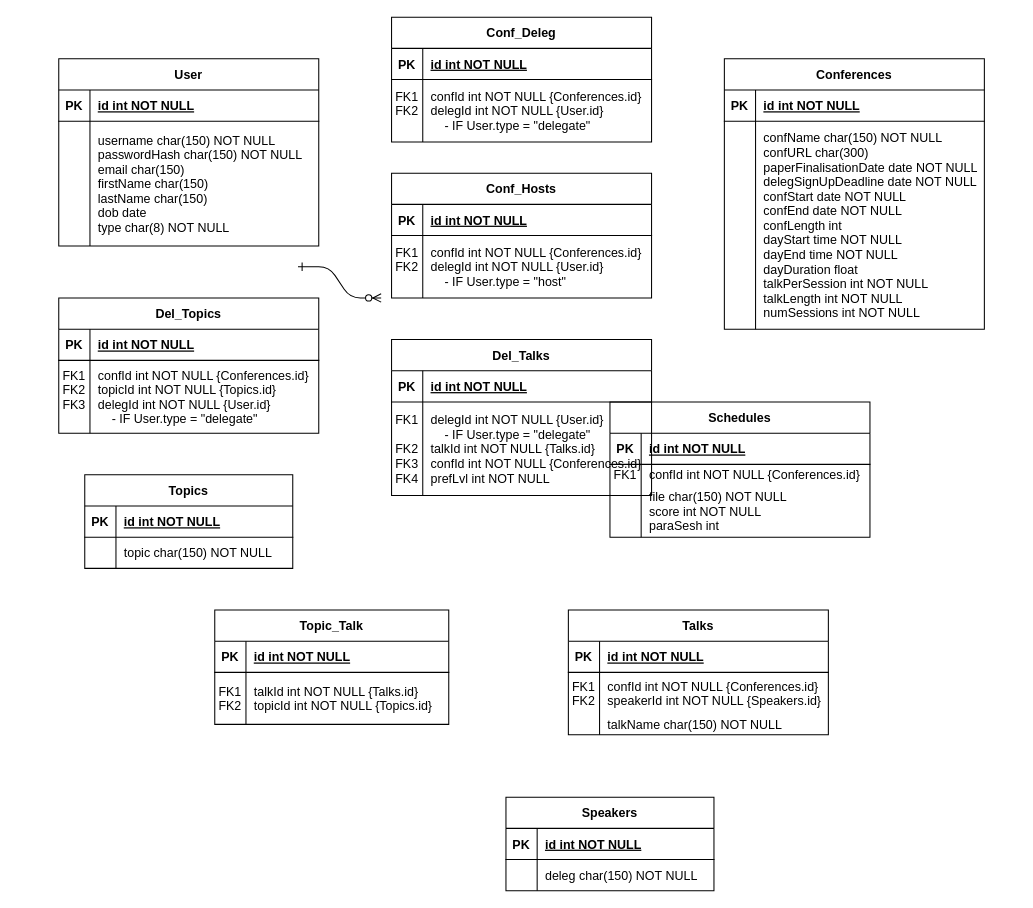
Earlier version of the draw.io diagram ExampleConfGraphs/Untitled Diagram.drawio (JezRoy/ConferenceWebApp). Source tidied: cells renumbered, new cells numbered last; positions are measured from the earlier drawing's top-left corner, leaving out a move shared by most shapes. Both pictures are drawn from the tidied source at 104%, with x=0, y=0 at pixel (58, 17).
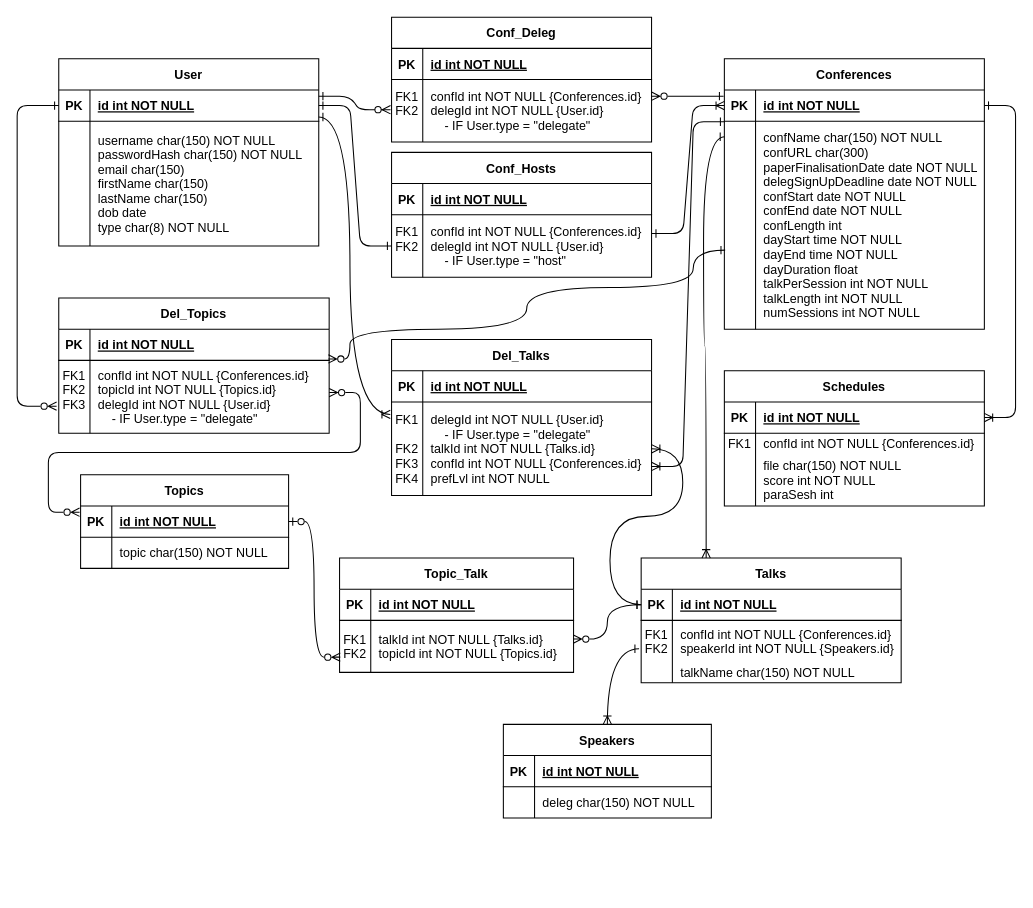
After the change.

The change refers to these unchanged cells:
```xml
<mxCell id="3" style="shape=partialRectangle;fillColor=none;points=[[0,0.5],[1,0.5]];portConstraint=eastwest;top=0;left=0;right=0;bottom=1;" parent="2" vertex="1">
  <mxGeometry y="30" width="250" height="30" as="geometry" />
</mxCell>
<mxCell id="13" style="shape=partialRectangle;fillColor=none;points=[[0,0.5],[1,0.5]];portConstraint=eastwest;top=0;left=0;right=0;bottom=1;" parent="12" vertex="1">
  <mxGeometry y="30" width="250" height="30" as="geometry" />
</mxCell>
<mxCell id="20" style="shape=partialRectangle;fillColor=none;points=[[0,0.5],[1,0.5]];portConstraint=eastwest;top=0;left=0;right=0;bottom=1;" parent="19" vertex="1">
  <mxGeometry y="30" width="250" height="30" as="geometry" />
</mxCell>
<mxCell id="23" style="shape=partialRectangle;fillColor=none;points=[[0,0.5],[1,0.5]];portConstraint=eastwest;top=0;left=0;right=0;bottom=0;" parent="19" vertex="1">
  <mxGeometry y="60" width="250" height="200" as="geometry" />
</mxCell>
<mxCell id="34" style="shape=partialRectangle;fillColor=none;points=[[0,0.5],[1,0.5]];portConstraint=eastwest;top=0;left=0;right=0;bottom=1;" parent="33" vertex="1">
  <mxGeometry y="30" width="200" height="30" as="geometry" />
</mxCell>
<mxCell id="41" style="shape=partialRectangle;fillColor=none;points=[[0,0.5],[1,0.5]];portConstraint=eastwest;top=0;left=0;right=0;bottom=1;" parent="40" vertex="1">
  <mxGeometry y="30" width="250" height="30" as="geometry" />
</mxCell>
<mxCell id="44" style="shape=partialRectangle;fillColor=none;points=[[0,0.5],[1,0.5]];portConstraint=eastwest;top=0;left=0;right=0;bottom=0;" parent="40" vertex="1">
  <mxGeometry y="60" width="250" height="40" as="geometry" />
</mxCell>
<mxCell id="61" style="shape=partialRectangle;fillColor=none;points=[[0,0.5],[1,0.5]];portConstraint=eastwest;top=0;left=0;right=0;bottom=0;" parent="57" vertex="1">
  <mxGeometry y="60" width="250" height="60" as="geometry" />
</mxCell>
<mxCell id="75" style="shape=partialRectangle;fillColor=none;points=[[0,0.5],[1,0.5]];portConstraint=eastwest;top=0;left=0;right=0;bottom=0;" parent="71" vertex="1">
  <mxGeometry y="60" width="250" height="90" as="geometry" />
</mxCell>
<mxCell id="82" style="shape=partialRectangle;fillColor=none;points=[[0,0.5],[1,0.5]];portConstraint=eastwest;top=0;left=0;right=0;bottom=0;" parent="78" vertex="1">
  <mxGeometry y="60" width="225" height="50" as="geometry" />
</mxCell>
```

Diff of the diagram source:
```diff
@@
     <mxCell id="2" value="Schedules" style="shape=table;startSize=30;childLayout=tableLayout;rowLines=0;fontStyle=1;align=center;" parent="1" vertex="1">
-      <mxGeometry x="530" y="370" width="250" height="130" as="geometry" />
+      <mxGeometry x="640" y="340" width="250" height="130" as="geometry" />
     </mxCell>
@@
     <mxCell id="26" value="Speakers" style="shape=table;startSize=30;childLayout=tableLayout;rowLines=0;fontStyle=1;align=center;" parent="1" vertex="1">
-      <mxGeometry x="430" y="750" width="200" height="90" as="geometry" />
+      <mxGeometry x="427.5" y="680" width="200" height="90" as="geometry" />
     </mxCell>
@@
     <mxCell id="33" value="Topics" style="shape=table;startSize=30;childLayout=tableLayout;rowLines=0;fontStyle=1;align=center;" parent="1" vertex="1">
-      <mxGeometry x="25" y="440" width="200" height="90" as="geometry" />
+      <mxGeometry x="21" y="440" width="200" height="90" as="geometry" />
     </mxCell>
@@
     <mxCell id="40" value="Talks" style="shape=table;startSize=30;childLayout=tableLayout;rowLines=0;fontStyle=1;align=center;" parent="1" vertex="1">
-      <mxGeometry x="490" y="570" width="250" height="120" as="geometry" />
+      <mxGeometry x="560" y="520" width="250" height="120" as="geometry" />
     </mxCell>
@@
     <mxCell id="57" value="Conf_Hosts" style="shape=table;startSize=30;childLayout=tableLayout;rowLines=0;fontStyle=1;align=center;" parent="1" vertex="1">
-      <mxGeometry x="320" y="150" width="250" height="120" as="geometry" />
+      <mxGeometry x="320" y="130" width="250" height="120" as="geometry" />
     </mxCell>
@@
     <mxCell id="64" value="Del_Topics" style="shape=table;startSize=30;childLayout=tableLayout;rowLines=0;fontStyle=1;align=center;" parent="1" vertex="1">
-      <mxGeometry y="270" width="250" height="130" as="geometry" />
+      <mxGeometry y="270" width="260" height="130" as="geometry" />
     </mxCell>
     <mxCell id="65" style="shape=partialRectangle;fillColor=none;top=0;left=0;right=0;bottom=1;" parent="64" vertex="1">
-      <mxGeometry y="30" width="250" height="30" as="geometry" />
+      <mxGeometry y="30" width="260" height="30" as="geometry" />
     </mxCell>
@@
     <mxCell id="67" value="id int NOT NULL " style="shape=partialRectangle;overflow=hidden;fillColor=none;top=0;left=0;bottom=0;right=0;align=left;spacingLeft=6;fontStyle=5;" parent="65" vertex="1">
-      <mxGeometry x="30" width="220" height="30" as="geometry" />
+      <mxGeometry x="30" width="230" height="30" as="geometry" />
     </mxCell>
     <mxCell id="68" style="shape=partialRectangle;fillColor=none;points=[[0,0.5],[1,0.5]];portConstraint=eastwest;top=0;left=0;right=0;bottom=0;" parent="64" vertex="1">
-      <mxGeometry y="60" width="250" height="70" as="geometry" />
+      <mxGeometry y="60" width="260" height="70" as="geometry" />
     </mxCell>
@@
     <mxCell id="70" value="confId int NOT NULL {Conferences.id}&#10;topicId int NOT NULL {Topics.id}&#10;delegId int NOT NULL {User.id}&#10;    - IF User.type = &quot;delegate&quot;" style="shape=partialRectangle;overflow=hidden;fillColor=none;top=0;left=0;bottom=0;right=0;align=left;spacingLeft=6;" parent="68" vertex="1">
-      <mxGeometry x="30" width="220" height="70" as="geometry" />
+      <mxGeometry x="30" width="230" height="70" as="geometry" />
     </mxCell>
@@
     <mxCell id="78" value="Topic_Talk" style="shape=table;startSize=30;childLayout=tableLayout;rowLines=0;fontStyle=1;align=center;" parent="1" vertex="1">
-      <mxGeometry x="150" y="570" width="225" height="110" as="geometry" />
+      <mxGeometry x="270" y="520" width="225" height="110" as="geometry" />
     </mxCell>
@@
-    <mxCell id="85" style="edgeStyle=entityRelationEdgeStyle;endArrow=ERzeroToMany;startArrow=ERone;endFill=1;startFill=0;" parent="1" edge="1">
+    <mxCell id="85" style="edgeStyle=entityRelationEdgeStyle;endArrow=ERzeroToMany;startArrow=ERone;endFill=1;startFill=0;entryX=0;entryY=0.5;entryDx=0;entryDy=0;" parent="1" edge="1">
       <mxGeometry relative="1" as="geometry">
-        <mxPoint x="230" y="240" as="sourcePoint" />
-        <mxPoint x="310" y="270" as="targetPoint" />
+        <mxPoint x="250" y="76" as="sourcePoint" />
+        <mxPoint x="319" y="89" as="targetPoint" />
       </mxGeometry>
     </mxCell>
+    <mxCell id="86" style="edgeStyle=entityRelationEdgeStyle;endArrow=ERone;startArrow=ERzeroToMany;endFill=0;startFill=0;entryX=-0.003;entryY=0.2;entryDx=0;entryDy=0;entryPerimeter=0;" parent="1" edge="1" target="20">
+      <mxGeometry relative="1" as="geometry">
+        <mxPoint x="570" y="76" as="sourcePoint" />
+      </mxGeometry>
+    </mxCell>
+    <mxCell id="87" style="edgeStyle=entityRelationEdgeStyle;endArrow=ERoneToMany;startArrow=ERone;endFill=0;startFill=0;exitX=1.001;exitY=0.3;exitDx=0;exitDy=0;exitPerimeter=0;entryX=0;entryY=0.5;entryDx=0;entryDy=0;" parent="1" edge="1" source="61" target="20">
+      <mxGeometry relative="1" as="geometry">
+        <Array as="points">
+          <mxPoint x="620" y="120" />
+        </Array>
+      </mxGeometry>
+    </mxCell>
+    <mxCell id="88" style="edgeStyle=entityRelationEdgeStyle;endArrow=ERone;startArrow=ERone;endFill=0;startFill=0;exitX=1;exitY=0.5;exitDx=0;exitDy=0;entryX=0;entryY=0.5;entryDx=0;entryDy=0;" parent="1" edge="1" source="13" target="61">
+      <mxGeometry relative="1" as="geometry" />
+    </mxCell>
+    <mxCell id="89" style="edgeStyle=entityRelationEdgeStyle;endArrow=ERoneToMany;startArrow=ERone;endFill=0;startFill=0;exitX=1;exitY=0.5;exitDx=0;exitDy=0;entryX=1;entryY=0.5;entryDx=0;entryDy=0;" parent="1" edge="1" source="20" target="3">
+      <mxGeometry relative="1" as="geometry">
+        <Array as="points">
+          <mxPoint x="970" y="220" />
+          <mxPoint x="980" y="265" />
+          <mxPoint x="990" y="145" />
+          <mxPoint x="990" y="204" />
+          <mxPoint x="980" y="145" />
+        </Array>
+      </mxGeometry>
+    </mxCell>
+    <mxCell id="90" style="edgeStyle=entityRelationEdgeStyle;endArrow=ERzeroToMany;startArrow=ERzeroToMany;endFill=0;startFill=0;" parent="1" edge="1">
+      <mxGeometry relative="1" as="geometry">
+        <mxPoint x="260" y="361" as="sourcePoint" />
+        <mxPoint x="20" y="476" as="targetPoint" />
+        <Array as="points">
+          <mxPoint x="290" y="391" />
+          <mxPoint x="290" y="366" />
+          <mxPoint x="160" y="406" />
+        </Array>
+      </mxGeometry>
+    </mxCell>
+    <mxCell id="91" style="edgeStyle=orthogonalEdgeStyle;endArrow=ERoneToMany;startArrow=ERone;endFill=0;startFill=0;shadow=0;flowAnimation=0;entryX=-0.005;entryY=0.133;entryDx=0;entryDy=0;entryPerimeter=0;elbow=vertical;curved=1;" parent="1" edge="1" target="75">
+      <mxGeometry relative="1" as="geometry">
+        <mxPoint x="250" y="96" as="sourcePoint" />
+        <Array as="points">
+          <mxPoint x="280" y="96" />
+          <mxPoint x="280" y="382" />
+        </Array>
+      </mxGeometry>
+    </mxCell>
+    <mxCell id="92" style="edgeStyle=orthogonalEdgeStyle;endArrow=ERone;startArrow=ERoneToMany;endFill=0;startFill=0;elbow=vertical;curved=1;exitX=1;exitY=0.5;exitDx=0;exitDy=0;" parent="1" edge="1" source="75" target="41">
+      <mxGeometry relative="1" as="geometry">
+        <Array as="points">
+          <mxPoint x="600" y="415" />
+          <mxPoint x="600" y="480" />
+          <mxPoint x="530" y="480" />
+          <mxPoint x="530" y="565" />
+        </Array>
+      </mxGeometry>
+    </mxCell>
+    <mxCell id="93" style="edgeStyle=orthogonalEdgeStyle;endArrow=ERone;startArrow=ERzeroToMany;endFill=0;startFill=0;exitX=0.997;exitY=-0.019;exitDx=0;exitDy=0;entryX=0.003;entryY=0.62;entryDx=0;entryDy=0;entryPerimeter=0;exitPerimeter=0;elbow=vertical;curved=1;" parent="1" edge="1" source="68" target="23">
+      <mxGeometry relative="1" as="geometry">
+        <Array as="points">
+          <mxPoint x="280" y="329" />
+          <mxPoint x="280" y="300" />
+          <mxPoint x="450" y="300" />
+          <mxPoint x="450" y="260" />
+          <mxPoint x="610" y="260" />
+          <mxPoint x="610" y="224" />
+        </Array>
+      </mxGeometry>
+    </mxCell>
+    <mxCell id="94" style="edgeStyle=elbowEdgeStyle;endArrow=ERzeroToMany;startArrow=ERone;endFill=0;startFill=0;entryX=-0.008;entryY=0.629;entryDx=0;entryDy=0;entryPerimeter=0;exitX=0;exitY=0.5;exitDx=0;exitDy=0;" parent="1" edge="1" source="13" target="68">
+      <mxGeometry relative="1" as="geometry">
+        <Array as="points">
+          <mxPoint x="-40" y="230" />
+        </Array>
+      </mxGeometry>
+    </mxCell>
+    <mxCell id="95" style="edgeStyle=entityRelationEdgeStyle;endArrow=ERone;startArrow=ERoneToMany;endFill=0;startFill=0;entryX=-0.011;entryY=0.003;entryDx=0;entryDy=0;entryPerimeter=0;" parent="1" edge="1">
+      <mxGeometry relative="1" as="geometry">
+        <mxPoint x="570" y="432" as="sourcePoint" />
+        <mxPoint x="640.2" y="100.6" as="targetPoint" />
+        <Array as="points">
+          <mxPoint x="633" y="130" />
+          <mxPoint x="640" y="101" />
+        </Array>
+      </mxGeometry>
+    </mxCell>
+    <mxCell id="96" style="edgeStyle=orthogonalEdgeStyle;endArrow=ERone;startArrow=ERoneToMany;endFill=0;startFill=0;entryX=-0.008;entryY=0.683;entryDx=0;entryDy=0;entryPerimeter=0;exitX=0.5;exitY=0;exitDx=0;exitDy=0;elbow=vertical;curved=1;" parent="1" edge="1" source="26" target="44">
+      <mxGeometry relative="1" as="geometry" />
+    </mxCell>
+    <mxCell id="97" style="edgeStyle=orthogonalEdgeStyle;endArrow=ERone;startArrow=ERoneToMany;endFill=0;startFill=0;curved=1;exitX=0.25;exitY=0;exitDx=0;exitDy=0;" parent="1" edge="1" source="40">
+      <mxGeometry relative="1" as="geometry">
+        <mxPoint x="640" y="115" as="targetPoint" />
+        <Array as="points">
+          <mxPoint x="623" y="316" />
+          <mxPoint x="620" y="316" />
+          <mxPoint x="620" y="115" />
+        </Array>
+      </mxGeometry>
+    </mxCell>
+    <mxCell id="98" style="edgeStyle=orthogonalEdgeStyle;endArrow=ERone;startArrow=ERzeroToMany;endFill=0;startFill=0;entryX=0;entryY=0.5;entryDx=0;entryDy=0;exitX=0.999;exitY=0.36;exitDx=0;exitDy=0;elbow=vertical;curved=1;exitPerimeter=0;" parent="1" edge="1" source="82" target="41">
+      <mxGeometry relative="1" as="geometry" />
+    </mxCell>
+    <mxCell id="99" style="edgeStyle=orthogonalEdgeStyle;endArrow=ERzeroToMany;startArrow=ERzeroToOne;endFill=0;startFill=0;entryX=0.003;entryY=0.707;entryDx=0;entryDy=0;exitX=1;exitY=0.5;exitDx=0;exitDy=0;elbow=vertical;curved=1;entryPerimeter=0;" parent="1" edge="1" source="34" target="82">
+      <mxGeometry relative="1" as="geometry" />
+    </mxCell>
```
